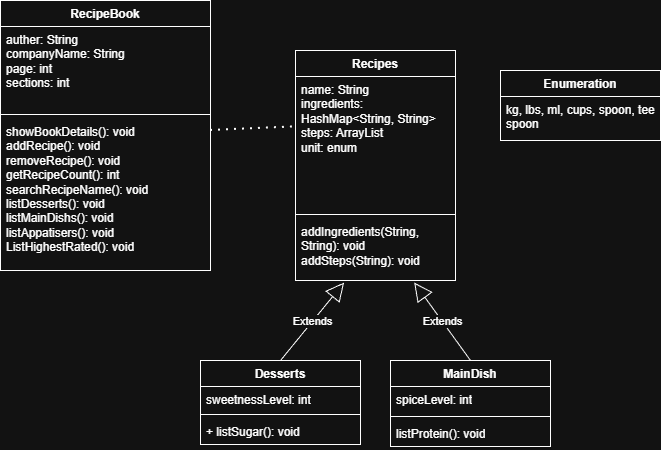
The draw.io diagram Diagram.drawio.png in mohammad9181/Delivrable-1-UML, before a commit. Source tidied: cells renumbered, new cells last; positions are measured from the earlier drawing's top-left corner, leaving out a move shared by most shapes.
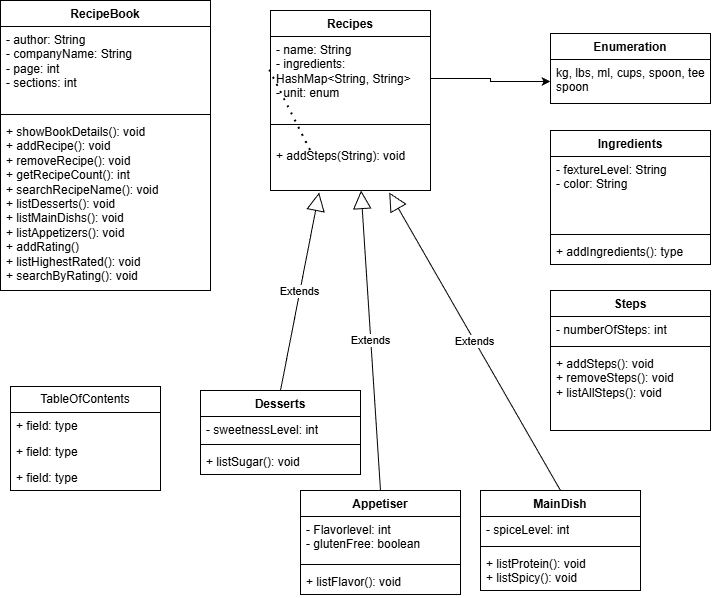
Later version of the same file.

Change to the diagram source:
```diff
@@ -3,33 +3,33 @@
     <mxCell id="0" />
     <mxCell id="1" parent="0" />
     <mxCell id="2" value="RecipeBook" style="swimlane;fontStyle=1;align=center;verticalAlign=top;horizontal=1;startSize=26;whiteSpace=wrap;html=1;" parent="1" vertex="1">
-      <mxGeometry width="210" height="270" as="geometry" />
+      <mxGeometry x="-100" y="-20" width="210" height="290" as="geometry" />
     </mxCell>
-    <mxCell id="3" value="auther: String&lt;div&gt;companyName: String&lt;/div&gt;&lt;div&gt;page: int&lt;/div&gt;&lt;div&gt;sections: int&lt;/div&gt;&lt;div&gt;&lt;br&gt;&lt;/div&gt;&lt;div&gt;&lt;br&gt;&lt;/div&gt;" style="text;strokeColor=none;fillColor=none;align=left;verticalAlign=top;spacingLeft=4;spacingRight=4;overflow=hidden;whiteSpace=wrap;html=1;" parent="2" vertex="1">
+    <mxCell id="3" value="- author: String&lt;div&gt;- companyName: String&lt;/div&gt;&lt;div&gt;- page: int&lt;/div&gt;&lt;div&gt;- sections: int&lt;/div&gt;&lt;div&gt;&lt;br&gt;&lt;/div&gt;&lt;div&gt;&lt;br&gt;&lt;/div&gt;" style="text;strokeColor=none;fillColor=none;align=left;verticalAlign=top;spacingLeft=4;spacingRight=4;overflow=hidden;whiteSpace=wrap;html=1;" parent="2" vertex="1">
       <mxGeometry y="26" width="210" height="84" as="geometry" />
     </mxCell>
     <mxCell id="4" style="line;strokeWidth=1;fillColor=none;align=left;verticalAlign=middle;spacingTop=-1;spacingLeft=3;spacingRight=3;labelPosition=right;strokeColor=inherit;" parent="2" vertex="1">
       <mxGeometry y="110" width="210" height="8" as="geometry" />
     </mxCell>
-    <mxCell id="5" value="showBookDetails(): void&lt;div&gt;addRecipe(): void&lt;/div&gt;&lt;div&gt;removeRecipe(): void&lt;/div&gt;&lt;div&gt;getRecipeCount(): int&lt;/div&gt;&lt;div&gt;searchRecipeName(): void&lt;/div&gt;&lt;div&gt;&lt;div&gt;listDesserts(): void&lt;/div&gt;&lt;div&gt;listMainDishs(): void&lt;/div&gt;&lt;div&gt;listAppatisers(): void&lt;/div&gt;&lt;/div&gt;&lt;div&gt;&lt;div&gt;&lt;span style=&quot;background-color: transparent; color: light-dark(rgb(0, 0, 0), rgb(255, 255, 255));&quot;&gt;ListHighestRated(): void&lt;/span&gt;&lt;/div&gt;&lt;/div&gt;&lt;div&gt;&lt;span style=&quot;background-color: transparent; color: light-dark(rgb(0, 0, 0), rgb(255, 255, 255));&quot;&gt;&lt;br&gt;&lt;/span&gt;&lt;/div&gt;" style="text;strokeColor=none;fillColor=none;align=left;verticalAlign=top;spacingLeft=4;spacingRight=4;overflow=hidden;whiteSpace=wrap;html=1;" parent="2" vertex="1">
-      <mxGeometry y="118" width="210" height="152" as="geometry" />
+    <mxCell id="5" value="+ showBookDetails(): void&lt;div&gt;+ addRecipe(): void&lt;/div&gt;&lt;div&gt;+ removeRecipe(): void&lt;/div&gt;&lt;div&gt;+ getRecipeCount(): int&lt;/div&gt;&lt;div&gt;+ searchRecipeName(): void&lt;/div&gt;&lt;div&gt;&lt;div&gt;+ listDesserts(): void&lt;/div&gt;&lt;div&gt;+ listMainDishs(): void&lt;/div&gt;&lt;div&gt;+ listAppetizers(): void&lt;/div&gt;&lt;/div&gt;&lt;div&gt;+ addRating()&lt;/div&gt;&lt;div&gt;&lt;div&gt;&lt;span style=&quot;background-color: transparent; color: light-dark(rgb(0, 0, 0), rgb(255, 255, 255));&quot;&gt;+ listHighestRated(): void&lt;/span&gt;&lt;/div&gt;&lt;/div&gt;&lt;div&gt;&lt;span style=&quot;background-color: transparent; color: light-dark(rgb(0, 0, 0), rgb(255, 255, 255));&quot;&gt;+ searchByRating(): void&lt;/span&gt;&lt;/div&gt;&lt;div&gt;&lt;span style=&quot;background-color: transparent; color: light-dark(rgb(0, 0, 0), rgb(255, 255, 255));&quot;&gt;&lt;br&gt;&lt;/span&gt;&lt;/div&gt;&lt;div&gt;&lt;span style=&quot;background-color: transparent; color: light-dark(rgb(0, 0, 0), rgb(255, 255, 255));&quot;&gt;&lt;br&gt;&lt;/span&gt;&lt;/div&gt;" style="text;strokeColor=none;fillColor=none;align=left;verticalAlign=top;spacingLeft=4;spacingRight=4;overflow=hidden;whiteSpace=wrap;html=1;" parent="2" vertex="1">
+      <mxGeometry y="118" width="210" height="172" as="geometry" />
     </mxCell>
     <mxCell id="6" value="Recipes" style="swimlane;fontStyle=1;align=center;verticalAlign=top;horizontal=1;startSize=26;whiteSpace=wrap;html=1;" parent="1" vertex="1">
-      <mxGeometry x="295" y="50" width="160" height="230" as="geometry" />
+      <mxGeometry x="170" y="-10" width="160" height="180" as="geometry" />
     </mxCell>
-    <mxCell id="7" value="name: String&lt;div&gt;ingredients: HashMap&amp;lt;String, String&amp;gt;&lt;/div&gt;&lt;div&gt;steps: ArrayList&lt;/div&gt;&lt;div&gt;unit: enum&lt;/div&gt;&lt;div&gt;&lt;br&gt;&lt;/div&gt;" style="text;strokeColor=none;fillColor=none;align=left;verticalAlign=top;spacingLeft=4;spacingRight=4;overflow=hidden;points=[[0,0.5],[1,0.5]];portConstraint=eastwest;whiteSpace=wrap;html=1;" parent="6" vertex="1">
-      <mxGeometry y="26" width="160" height="134" as="geometry" />
+    <mxCell id="7" value="- name: String&lt;div&gt;- ingredients: HashMap&amp;lt;String, String&amp;gt;&lt;/div&gt;&lt;div&gt;- unit: enum&lt;/div&gt;&lt;div&gt;&lt;br&gt;&lt;/div&gt;" style="text;strokeColor=none;fillColor=none;align=left;verticalAlign=top;spacingLeft=4;spacingRight=4;overflow=hidden;points=[[0,0.5],[1,0.5]];portConstraint=eastwest;whiteSpace=wrap;html=1;" parent="6" vertex="1">
+      <mxGeometry y="26" width="160" height="84" as="geometry" />
     </mxCell>
     <mxCell id="8" style="line;strokeWidth=1;fillColor=none;align=left;verticalAlign=middle;spacingTop=-1;spacingLeft=3;spacingRight=3;labelPosition=right;strokeColor=inherit;" parent="6" vertex="1">
-      <mxGeometry y="160" width="160" height="8" as="geometry" />
+      <mxGeometry y="110" width="160" height="8" as="geometry" />
     </mxCell>
-    <mxCell id="9" value="&lt;div&gt;addIngredients(&lt;span style=&quot;background-color: transparent; color: light-dark(rgb(0, 0, 0), rgb(255, 255, 255));&quot;&gt;String, String&lt;/span&gt;&lt;span style=&quot;background-color: transparent; color: light-dark(rgb(0, 0, 0), rgb(255, 255, 255));&quot;&gt;): void&lt;/span&gt;&lt;/div&gt;&lt;div&gt;&lt;span style=&quot;background-color: transparent; color: light-dark(rgb(0, 0, 0), rgb(255, 255, 255));&quot;&gt;addSteps(String): void&lt;/span&gt;&lt;/div&gt;&lt;div&gt;&lt;span style=&quot;background-color: transparent; color: light-dark(rgb(0, 0, 0), rgb(255, 255, 255));&quot;&gt;&lt;br&gt;&lt;/span&gt;&lt;/div&gt;&lt;div&gt;&lt;span style=&quot;background-color: transparent; color: light-dark(rgb(0, 0, 0), rgb(255, 255, 255));&quot;&gt;&lt;br&gt;&lt;/span&gt;&lt;/div&gt;" style="text;strokeColor=none;fillColor=none;align=left;verticalAlign=top;spacingLeft=4;spacingRight=4;overflow=hidden;points=[[0,0.5],[1,0.5]];portConstraint=eastwest;whiteSpace=wrap;html=1;" parent="6" vertex="1">
-      <mxGeometry y="168" width="160" height="62" as="geometry" />
+    <mxCell id="9" value="&lt;div&gt;&lt;br&gt;&lt;/div&gt;&lt;div&gt;&lt;span style=&quot;background-color: transparent; color: light-dark(rgb(0, 0, 0), rgb(255, 255, 255));&quot;&gt;+ addSteps(String): void&lt;/span&gt;&lt;/div&gt;" style="text;strokeColor=none;fillColor=none;align=left;verticalAlign=top;spacingLeft=4;spacingRight=4;overflow=hidden;points=[[0,0.5],[1,0.5]];portConstraint=eastwest;whiteSpace=wrap;html=1;" parent="6" vertex="1">
+      <mxGeometry y="118" width="160" height="62" as="geometry" />
     </mxCell>
     <mxCell id="10" value="Desserts" style="swimlane;fontStyle=1;align=center;verticalAlign=top;horizontal=1;startSize=26;whiteSpace=wrap;html=1;" parent="1" vertex="1">
-      <mxGeometry x="200" y="360" width="160" height="84" as="geometry" />
+      <mxGeometry x="100" y="370" width="160" height="84" as="geometry" />
     </mxCell>
-    <mxCell id="11" value="&lt;div&gt;sweetnessLevel: int&lt;/div&gt;" style="text;strokeColor=none;fillColor=none;align=left;verticalAlign=top;spacingLeft=4;spacingRight=4;overflow=hidden;whiteSpace=wrap;html=1;" parent="10" vertex="1">
+    <mxCell id="11" value="&lt;div&gt;- sweetnessLevel: int&lt;/div&gt;" style="text;strokeColor=none;fillColor=none;align=left;verticalAlign=top;spacingLeft=4;spacingRight=4;overflow=hidden;whiteSpace=wrap;html=1;" parent="10" vertex="1">
       <mxGeometry y="26" width="160" height="24" as="geometry" />
     </mxCell>
     <mxCell id="12" style="line;strokeWidth=1;fillColor=none;align=left;verticalAlign=middle;spacingTop=-1;spacingLeft=3;spacingRight=3;labelPosition=right;strokeColor=inherit;" parent="10" vertex="1">
@@ -39,24 +39,24 @@
       <mxGeometry y="58" width="160" height="26" as="geometry" />
     </mxCell>
     <mxCell id="14" value="MainDish" style="swimlane;fontStyle=1;align=center;verticalAlign=top;horizontal=1;startSize=26;whiteSpace=wrap;html=1;" parent="1" vertex="1">
-      <mxGeometry x="390" y="360" width="160" height="86" as="geometry" />
+      <mxGeometry x="380" y="470" width="160" height="100" as="geometry" />
     </mxCell>
-    <mxCell id="15" value="spiceLevel: int" style="text;strokeColor=none;fillColor=none;align=left;verticalAlign=top;spacingLeft=4;spacingRight=4;overflow=hidden;whiteSpace=wrap;html=1;" parent="14" vertex="1">
+    <mxCell id="15" value="- spiceLevel: int" style="text;strokeColor=none;fillColor=none;align=left;verticalAlign=top;spacingLeft=4;spacingRight=4;overflow=hidden;whiteSpace=wrap;html=1;" parent="14" vertex="1">
       <mxGeometry y="26" width="160" height="26" as="geometry" />
     </mxCell>
     <mxCell id="16" style="line;strokeWidth=1;fillColor=none;align=left;verticalAlign=middle;spacingTop=-1;spacingLeft=3;spacingRight=3;labelPosition=right;strokeColor=inherit;" parent="14" vertex="1">
       <mxGeometry y="52" width="160" height="8" as="geometry" />
     </mxCell>
-    <mxCell id="17" value="listProtein(): void" style="text;strokeColor=none;fillColor=none;align=left;verticalAlign=top;spacingLeft=4;spacingRight=4;overflow=hidden;whiteSpace=wrap;html=1;" parent="14" vertex="1">
-      <mxGeometry y="60" width="160" height="26" as="geometry" />
+    <mxCell id="17" value="+ listProtein(): void&lt;div&gt;+ listSpicy(): void&lt;/div&gt;" style="text;strokeColor=none;fillColor=none;align=left;verticalAlign=top;spacingLeft=4;spacingRight=4;overflow=hidden;whiteSpace=wrap;html=1;" parent="14" vertex="1">
+      <mxGeometry y="60" width="160" height="40" as="geometry" />
     </mxCell>
-    <mxCell id="18" style="endArrow=none;dashed=1;html=1;dashPattern=1 3;strokeWidth=2;rounded=0;entryX=-0.011;entryY=0.376;entryDx=0;entryDy=0;entryPerimeter=0;" parent="1" edge="1" target="7">
+    <mxCell id="18" style="endArrow=none;dashed=1;html=1;dashPattern=1 3;strokeWidth=2;rounded=0;entryX=-0.011;entryY=0.376;entryDx=0;entryDy=0;entryPerimeter=0;exitX=1;exitY=0.5;exitDx=0;exitDy=0;" parent="1" edge="1" target="7">
       <mxGeometry relative="1" as="geometry">
         <mxPoint x="210" y="130" as="sourcePoint" />
       </mxGeometry>
     </mxCell>
     <mxCell id="19" value="Enumeration" style="swimlane;fontStyle=1;align=center;verticalAlign=top;horizontal=1;startSize=26;whiteSpace=wrap;html=1;" parent="1" vertex="1">
-      <mxGeometry x="500" y="70" width="160" height="70" as="geometry" />
+      <mxGeometry x="450" y="13" width="160" height="70" as="geometry" />
     </mxCell>
     <mxCell id="20" value="kg, lbs, ml, cups, spoon, tee spoon" style="text;strokeColor=none;fillColor=none;align=left;verticalAlign=top;spacingLeft=4;spacingRight=4;overflow=hidden;points=[[0,0.5],[1,0.5]];portConstraint=eastwest;whiteSpace=wrap;html=1;" parent="19" vertex="1">
       <mxGeometry y="26" width="160" height="44" as="geometry" />
@@ -67,5 +67,59 @@
     <mxCell id="22" value="Extends" style="endArrow=block;endSize=16;endFill=0;html=1;rounded=0;exitX=0.5;exitY=0;exitDx=0;exitDy=0;entryX=0.304;entryY=1.033;entryDx=0;entryDy=0;entryPerimeter=0;" parent="1" edge="1" source="10" target="9">
       <mxGeometry relative="1" as="geometry" />
     </mxCell>
+    <mxCell id="23" style="edgeStyle=orthogonalEdgeStyle;rounded=0;jettySize=auto;html=1;" parent="1" edge="1" source="7" target="20">
+      <mxGeometry relative="1" as="geometry" />
+    </mxCell>
+    <mxCell id="24" value="TableOfContents" style="swimlane;fontStyle=0;horizontal=1;startSize=26;fillColor=none;whiteSpace=wrap;html=1;" parent="1" vertex="1">
+      <mxGeometry x="-90" y="366" width="150" height="104" as="geometry" />
+    </mxCell>
+    <mxCell id="25" value="+ field: type" style="text;strokeColor=none;fillColor=none;align=left;verticalAlign=top;spacingLeft=4;spacingRight=4;overflow=hidden;whiteSpace=wrap;html=1;" parent="24" vertex="1">
+      <mxGeometry y="26" width="150" height="26" as="geometry" />
+    </mxCell>
+    <mxCell id="26" value="+ field: type" style="text;strokeColor=none;fillColor=none;align=left;verticalAlign=top;spacingLeft=4;spacingRight=4;overflow=hidden;whiteSpace=wrap;html=1;" parent="24" vertex="1">
+      <mxGeometry y="52" width="150" height="26" as="geometry" />
+    </mxCell>
+    <mxCell id="27" value="+ field: type" style="text;strokeColor=none;fillColor=none;align=left;verticalAlign=top;spacingLeft=4;spacingRight=4;overflow=hidden;whiteSpace=wrap;html=1;" parent="24" vertex="1">
+      <mxGeometry y="78" width="150" height="26" as="geometry" />
+    </mxCell>
+    <mxCell id="28" value="Appetiser" style="swimlane;fontStyle=1;align=center;verticalAlign=top;horizontal=1;startSize=26;whiteSpace=wrap;html=1;" parent="1" vertex="1">
+      <mxGeometry x="200" y="470" width="160" height="104" as="geometry" />
+    </mxCell>
+    <mxCell id="29" value="- Flavorlevel: int&lt;div&gt;- glutenFree: boolean&lt;/div&gt;" style="text;strokeColor=none;fillColor=none;align=left;verticalAlign=top;spacingLeft=4;spacingRight=4;overflow=hidden;whiteSpace=wrap;html=1;" parent="28" vertex="1">
+      <mxGeometry y="26" width="160" height="44" as="geometry" />
+    </mxCell>
+    <mxCell id="30" style="line;strokeWidth=1;fillColor=none;align=left;verticalAlign=middle;spacingTop=-1;spacingLeft=3;spacingRight=3;labelPosition=right;strokeColor=inherit;" parent="28" vertex="1">
+      <mxGeometry y="70" width="160" height="8" as="geometry" />
+    </mxCell>
+    <mxCell id="31" value="+ listFlavor(): void" style="text;strokeColor=none;fillColor=none;align=left;verticalAlign=top;spacingLeft=4;spacingRight=4;overflow=hidden;whiteSpace=wrap;html=1;" parent="28" vertex="1">
+      <mxGeometry y="78" width="160" height="26" as="geometry" />
+    </mxCell>
+    <mxCell id="32" value="Extends" style="endArrow=block;endSize=16;endFill=0;html=1;rounded=0;exitX=0.5;exitY=0;exitDx=0;exitDy=0;entryX=0.566;entryY=1;entryDx=0;entryDy=0;entryPerimeter=0;" parent="1" edge="1" source="28" target="9">
+      <mxGeometry relative="1" as="geometry" />
+    </mxCell>
+    <mxCell id="33" value="Ingredients" style="swimlane;fontStyle=1;align=center;verticalAlign=top;horizontal=1;startSize=26;whiteSpace=wrap;html=1;" parent="1" vertex="1">
+      <mxGeometry x="450" y="110" width="160" height="134" as="geometry" />
+    </mxCell>
+    <mxCell id="34" value="- fextureLevel: String&lt;div&gt;- color: String&lt;/div&gt;" style="text;strokeColor=none;fillColor=none;align=left;verticalAlign=top;spacingLeft=4;spacingRight=4;overflow=hidden;whiteSpace=wrap;html=1;" parent="33" vertex="1">
+      <mxGeometry y="26" width="160" height="74" as="geometry" />
+    </mxCell>
+    <mxCell id="35" style="line;strokeWidth=1;fillColor=none;align=left;verticalAlign=middle;spacingTop=-1;spacingLeft=3;spacingRight=3;labelPosition=right;strokeColor=inherit;" parent="33" vertex="1">
+      <mxGeometry y="100" width="160" height="8" as="geometry" />
+    </mxCell>
+    <mxCell id="36" value="+ addIngredients(): type" style="text;strokeColor=none;fillColor=none;align=left;verticalAlign=top;spacingLeft=4;spacingRight=4;overflow=hidden;whiteSpace=wrap;html=1;" parent="33" vertex="1">
+      <mxGeometry y="108" width="160" height="26" as="geometry" />
+    </mxCell>
+    <mxCell id="37" value="Steps" style="swimlane;fontStyle=1;align=center;verticalAlign=top;horizontal=1;startSize=26;whiteSpace=wrap;html=1;" parent="1" vertex="1">
+      <mxGeometry x="450" y="270" width="160" height="140" as="geometry" />
+    </mxCell>
+    <mxCell id="38" value="- numberOfSteps: int" style="text;strokeColor=none;fillColor=none;align=left;verticalAlign=top;spacingLeft=4;spacingRight=4;overflow=hidden;whiteSpace=wrap;html=1;" parent="37" vertex="1">
+      <mxGeometry y="26" width="160" height="26" as="geometry" />
+    </mxCell>
+    <mxCell id="39" style="line;strokeWidth=1;fillColor=none;align=left;verticalAlign=middle;spacingTop=-1;spacingLeft=3;spacingRight=3;labelPosition=right;strokeColor=inherit;" parent="37" vertex="1">
+      <mxGeometry y="52" width="160" height="8" as="geometry" />
+    </mxCell>
+    <mxCell id="40" value="+ addSteps(): void&lt;div&gt;+ removeSteps(): void&lt;/div&gt;&lt;div&gt;+ listAllSteps(): void&lt;/div&gt;&lt;div&gt;&lt;br&gt;&lt;/div&gt;" style="text;strokeColor=none;fillColor=none;align=left;verticalAlign=top;spacingLeft=4;spacingRight=4;overflow=hidden;whiteSpace=wrap;html=1;" parent="37" vertex="1">
+      <mxGeometry y="60" width="160" height="80" as="geometry" />
+    </mxCell>
   </root>
 </mxGraphModel>
```
